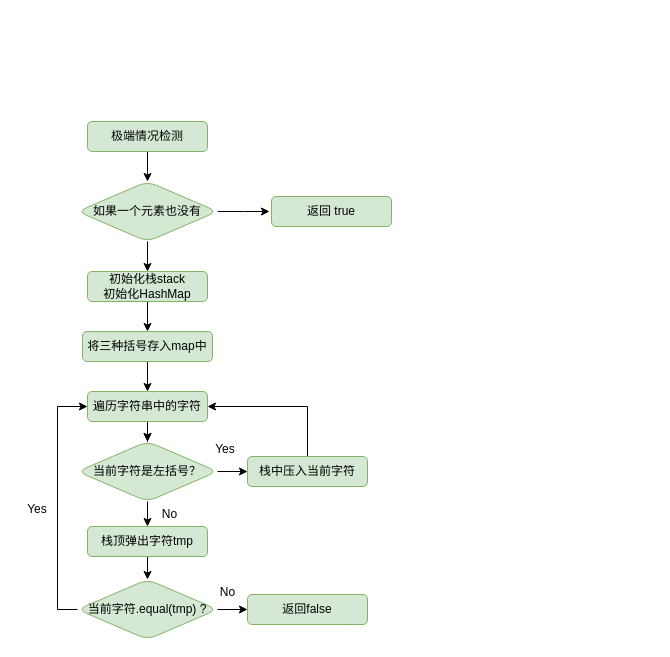
Above: page "有效的括号" (3 of 3) of 2022年4月9日.drawio in HonyoLAN/telmy (draw.io), before the change. Source tidied: cells renumbered, new cells numbered last; positions are measured from the earlier drawing's top-left corner, leaving out a move shared by most shapes. Both pictures are drawn from the tidied source at 100%, with x=0, y=0 at pixel (17, 121).
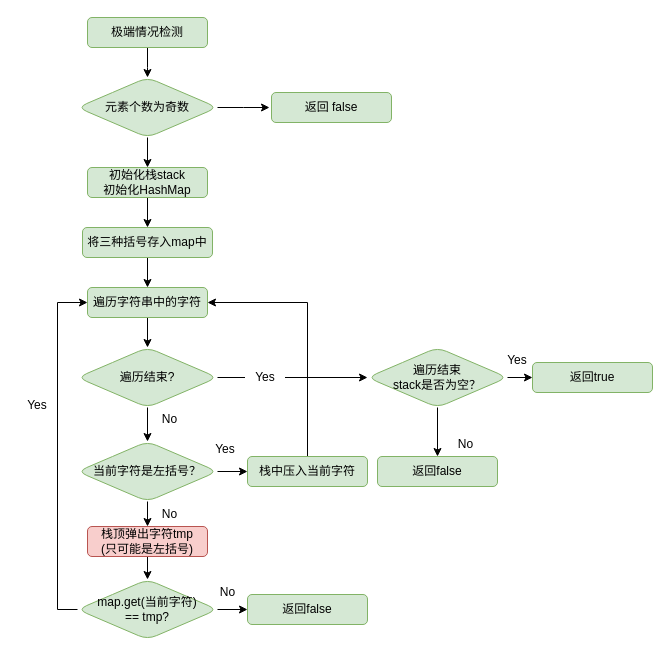
The same page after the edit.

Commit message:
更新2022年4月9日.drawio

The change refers to these unchanged cells:
```xml
<mxCell id="15" value="当前字符是左括号？" style="rhombus;whiteSpace=wrap;html=1;fillColor=#d5e8d4;strokeColor=#82b366;rounded=1;" parent="1" vertex="1">
  <mxGeometry x="60" y="320" width="140" height="60" as="geometry" />
</mxCell>
```

Change to the diagram source:
```diff
@@
     <mxCell id="2" style="edgeStyle=orthogonalEdgeStyle;rounded=0;jettySize=auto;html=1;" parent="1" edge="1" source="3">
       <mxGeometry relative="1" as="geometry">
-        <mxPoint x="130" y="60" as="targetPoint" />
+        <mxPoint x="130" y="-44" as="targetPoint" />
       </mxGeometry>
     </mxCell>
     <mxCell id="3" value="极端情况检测" style="rounded=1;whiteSpace=wrap;html=1;fillColor=#d5e8d4;strokeColor=#82b366;" parent="1" vertex="1">
-      <mxGeometry x="70" width="120" height="30" as="geometry" />
+      <mxGeometry x="70" y="-104" width="120" height="30" as="geometry" />
     </mxCell>
     <mxCell id="4" style="edgeStyle=orthogonalEdgeStyle;rounded=0;jettySize=auto;html=1;" parent="1" edge="1" source="6">
       <mxGeometry relative="1" as="geometry">
-        <mxPoint x="252" y="90" as="targetPoint" />
+        <mxPoint x="252" y="-14" as="targetPoint" />
       </mxGeometry>
     </mxCell>
@@
-    <mxCell id="6" value="如果一个元素也没有" style="rhombus;whiteSpace=wrap;html=1;fillColor=#d5e8d4;strokeColor=#82b366;rounded=1;" parent="1" vertex="1">
-      <mxGeometry x="60" y="60" width="140" height="60" as="geometry" />
+    <mxCell id="6" value="元素个数为奇数" style="rhombus;whiteSpace=wrap;html=1;fillColor=#d5e8d4;strokeColor=#82b366;rounded=1;" parent="1" vertex="1">
+      <mxGeometry x="60" y="-44" width="140" height="60" as="geometry" />
     </mxCell>
-    <mxCell id="7" value="返回 true" style="rounded=1;whiteSpace=wrap;html=1;fillColor=#d5e8d4;strokeColor=#82b366;" parent="1" vertex="1">
-      <mxGeometry x="254" y="75" width="120" height="30" as="geometry" />
+    <mxCell id="7" value="返回 false" style="rounded=1;whiteSpace=wrap;html=1;fillColor=#d5e8d4;strokeColor=#82b366;" parent="1" vertex="1">
+      <mxGeometry x="254" y="-29" width="120" height="30" as="geometry" />
     </mxCell>
@@
     <mxCell id="9" value="初始化栈stack&lt;br&gt;初始化HashMap" style="rounded=1;whiteSpace=wrap;html=1;fillColor=#d5e8d4;strokeColor=#82b366;" parent="1" vertex="1">
-      <mxGeometry x="70" y="150" width="120" height="30" as="geometry" />
+      <mxGeometry x="70" y="46" width="120" height="30" as="geometry" />
     </mxCell>
-    <mxCell id="10" style="edgeStyle=orthogonalEdgeStyle;rounded=0;jettySize=auto;html=1;" parent="1" edge="1" source="12" target="15">
-      <mxGeometry relative="1" as="geometry" />
-    </mxCell>
-    <mxCell id="11" style="edgeStyle=orthogonalEdgeStyle;rounded=0;jettySize=auto;html=1;" parent="1" edge="1" source="12" target="15">
-      <mxGeometry relative="1" as="geometry" />
-    </mxCell>
+    <mxCell id="30" style="edgeStyle=orthogonalEdgeStyle;rounded=0;jettySize=auto;html=1;" parent="1" edge="1" source="12" target="40">
+      <mxGeometry relative="1" as="geometry" />
+    </mxCell>
     <mxCell id="12" value="遍历字符串中的字符" style="rounded=1;whiteSpace=wrap;html=1;fillColor=#d5e8d4;strokeColor=#82b366;" parent="1" vertex="1">
-      <mxGeometry x="70" y="270" width="120" height="30" as="geometry" />
+      <mxGeometry x="70" y="166" width="120" height="30" as="geometry" />
     </mxCell>
@@
     <mxCell id="17" value="将三种括号存入map中" style="rounded=1;whiteSpace=wrap;html=1;fillColor=#d5e8d4;strokeColor=#82b366;" parent="1" vertex="1">
-      <mxGeometry x="65" y="210" width="130" height="30" as="geometry" />
+      <mxGeometry x="65" y="106" width="130" height="30" as="geometry" />
     </mxCell>
@@
-    <mxCell id="19" value="栈顶弹出字符tmp" style="rounded=1;whiteSpace=wrap;html=1;fillColor=#d5e8d4;strokeColor=#82b366;" parent="1" vertex="1">
+    <mxCell id="19" value="栈顶弹出字符tmp&lt;br&gt;(只可能是左括号)" style="rounded=1;whiteSpace=wrap;html=1;fillColor=#f8cecc;strokeColor=#b85450;" parent="1" vertex="1">
       <mxGeometry x="70" y="405" width="120" height="30" as="geometry" />
     </mxCell>
@@
-    <mxCell id="24" value="当前字符.equal(tmp) ?" style="rhombus;whiteSpace=wrap;html=1;fillColor=#d5e8d4;strokeColor=#82b366;rounded=1;" parent="1" vertex="1">
+    <mxCell id="24" value="map.get(当前字符)&lt;br&gt;== tmp?" style="rhombus;whiteSpace=wrap;html=1;fillColor=#d5e8d4;strokeColor=#82b366;rounded=1;" parent="1" vertex="1">
       <mxGeometry x="60" y="458" width="140" height="60" as="geometry" />
     </mxCell>
@@
     <mxCell id="29" value="Yes" style="text;html=1;strokeColor=none;fillColor=none;align=center;verticalAlign=middle;whiteSpace=wrap;rounded=0;" parent="1" vertex="1">
-      <mxGeometry y="380" width="40" height="15" as="geometry" />
+      <mxGeometry y="276" width="40" height="15" as="geometry" />
     </mxCell>
+    <mxCell id="31" style="edgeStyle=orthogonalEdgeStyle;rounded=0;jettySize=auto;html=1;" parent="1" edge="1" source="33" target="35">
+      <mxGeometry relative="1" as="geometry" />
+    </mxCell>
+    <mxCell id="32" style="edgeStyle=orthogonalEdgeStyle;rounded=0;jettySize=auto;html=1;exitX=0.5;exitY=1;exitDx=0;exitDy=0;" parent="1" edge="1" source="33" target="34">
+      <mxGeometry relative="1" as="geometry" />
+    </mxCell>
+    <mxCell id="33" value="遍历结束&lt;br&gt;stack是否为空？" style="rhombus;whiteSpace=wrap;html=1;fillColor=#d5e8d4;strokeColor=#82b366;rounded=1;" parent="1" vertex="1">
+      <mxGeometry x="350" y="226" width="140" height="60" as="geometry" />
+    </mxCell>
+    <mxCell id="34" value="返回false" style="rounded=1;whiteSpace=wrap;html=1;fillColor=#d5e8d4;strokeColor=#82b366;" parent="1" vertex="1">
+      <mxGeometry x="360" y="335" width="120" height="30" as="geometry" />
+    </mxCell>
+    <mxCell id="35" value="返回true" style="rounded=1;whiteSpace=wrap;html=1;fillColor=#d5e8d4;strokeColor=#82b366;" parent="1" vertex="1">
+      <mxGeometry x="515" y="241" width="120" height="30" as="geometry" />
+    </mxCell>
+    <mxCell id="36" value="Yes" style="text;html=1;strokeColor=none;fillColor=none;align=center;verticalAlign=middle;whiteSpace=wrap;rounded=0;" parent="1" vertex="1">
+      <mxGeometry x="480" y="231" width="40" height="15" as="geometry" />
+    </mxCell>
+    <mxCell id="37" value="No" style="text;html=1;strokeColor=none;fillColor=none;align=center;verticalAlign=middle;whiteSpace=wrap;rounded=0;" parent="1" vertex="1">
+      <mxGeometry x="431" y="310" width="35" height="25" as="geometry" />
+    </mxCell>
+    <mxCell id="38" style="edgeStyle=orthogonalEdgeStyle;rounded=0;jettySize=auto;html=1;exitX=0.5;exitY=1;exitDx=0;exitDy=0;entryX=0.5;entryY=0;entryDx=0;entryDy=0;" parent="1" edge="1" source="40" target="15">
+      <mxGeometry relative="1" as="geometry" />
+    </mxCell>
+    <mxCell id="39" style="edgeStyle=orthogonalEdgeStyle;rounded=0;jettySize=auto;html=1;exitX=1;exitY=0.5;exitDx=0;exitDy=0;entryX=0;entryY=0.5;entryDx=0;entryDy=0;startArrow=none;" parent="1" edge="1" source="41" target="33">
+      <mxGeometry relative="1" as="geometry" />
+    </mxCell>
+    <mxCell id="40" value="遍历结束?" style="rhombus;whiteSpace=wrap;html=1;fillColor=#d5e8d4;strokeColor=#82b366;rounded=1;" parent="1" vertex="1">
+      <mxGeometry x="60" y="226" width="140" height="60" as="geometry" />
+    </mxCell>
+    <mxCell id="41" value="Yes" style="text;html=1;strokeColor=none;fillColor=none;align=center;verticalAlign=middle;whiteSpace=wrap;rounded=0;" parent="1" vertex="1">
+      <mxGeometry x="227.5" y="248.5" width="40" height="15" as="geometry" />
+    </mxCell>
+    <mxCell id="42" style="edgeStyle=orthogonalEdgeStyle;rounded=0;jettySize=auto;html=1;exitX=1;exitY=0.5;exitDx=0;exitDy=0;entryX=0;entryY=0.5;entryDx=0;entryDy=0;endArrow=none;" parent="1" edge="1" source="40" target="41">
+      <mxGeometry relative="1" as="geometry" />
+    </mxCell>
+    <mxCell id="43" value="No" style="text;html=1;strokeColor=none;fillColor=none;align=center;verticalAlign=middle;whiteSpace=wrap;rounded=0;" parent="1" vertex="1">
+      <mxGeometry x="135" y="285" width="35" height="25" as="geometry" />
+    </mxCell>
```
